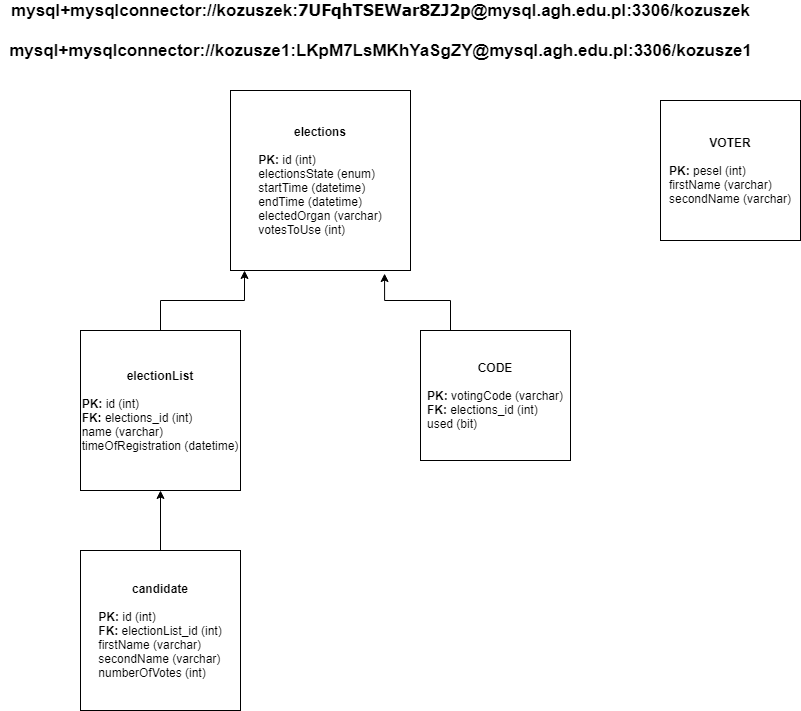
The draw.io diagram database_diagram.png in ArturBa/online_vote_system, before a commit. Source tidied: cells renumbered, new cells last; positions are measured from the earlier drawing's top-left corner, leaving out a move shared by most shapes.
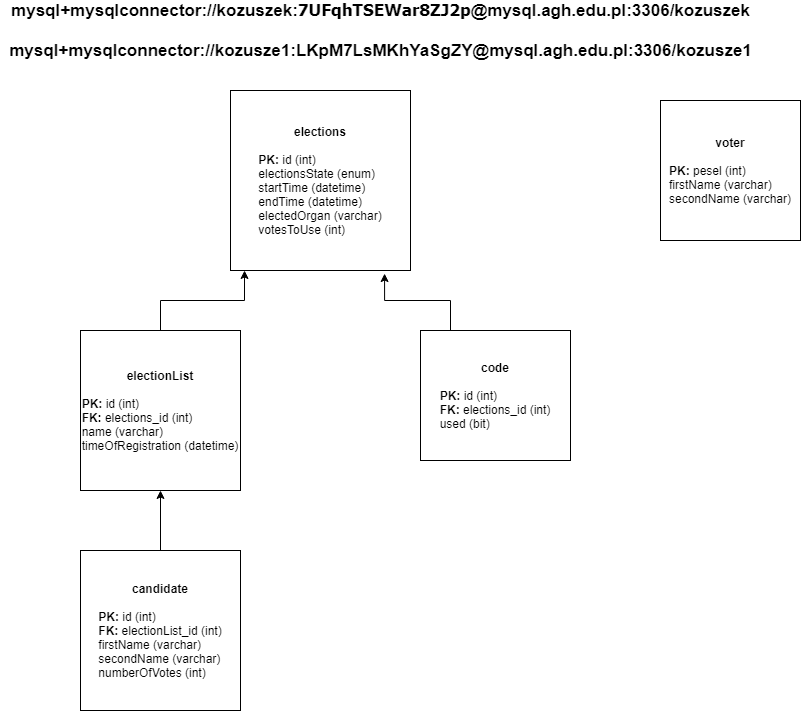
After the commit.

Commit message:
Database diagram fixed #2

What changed in the source:
```diff
@@ -25,10 +25,10 @@
         </Array>
       </mxGeometry>
     </mxCell>
-    <mxCell id="8" value="&lt;b&gt;CODE&lt;/b&gt;&lt;br&gt;&lt;br&gt;&lt;div style=&quot;text-align: left&quot;&gt;&lt;b style=&quot;font-weight: bold&quot;&gt;PK: &lt;/b&gt;votingCode&lt;span style=&quot;font-weight: normal&quot;&gt;&amp;nbsp;(varchar)&lt;/span&gt;&lt;/div&gt;&lt;b&gt;&lt;div style=&quot;text-align: left&quot;&gt;&lt;b&gt;FK: &lt;/b&gt;&lt;span style=&quot;font-weight: normal&quot;&gt;elections_id (int)&lt;/span&gt;&lt;/div&gt;&lt;/b&gt;&lt;b&gt;&lt;div style=&quot;text-align: left&quot;&gt;&lt;span style=&quot;font-weight: normal&quot;&gt;used (bit)&lt;/span&gt;&lt;/div&gt;&lt;/b&gt;" style="rounded=0;whiteSpace=wrap;html=1;" parent="1" vertex="1">
+    <mxCell id="8" value="&lt;b&gt;code&lt;/b&gt;&lt;br&gt;&lt;br&gt;&lt;div style=&quot;text-align: left&quot;&gt;&lt;b style=&quot;font-weight: bold&quot;&gt;PK: &lt;/b&gt;id (int)&lt;/div&gt;&lt;b&gt;&lt;div style=&quot;text-align: left&quot;&gt;&lt;b&gt;FK: &lt;/b&gt;&lt;span style=&quot;font-weight: normal&quot;&gt;elections_id (int)&lt;/span&gt;&lt;/div&gt;&lt;/b&gt;&lt;b&gt;&lt;div style=&quot;text-align: left&quot;&gt;&lt;span style=&quot;font-weight: normal&quot;&gt;used (bit)&lt;/span&gt;&lt;/div&gt;&lt;/b&gt;" style="rounded=0;whiteSpace=wrap;html=1;" parent="1" vertex="1">
       <mxGeometry x="420" y="330" width="150" height="130" as="geometry" />
     </mxCell>
-    <mxCell id="9" value="&lt;b&gt;VOTER&lt;br&gt;&lt;br&gt;&lt;div style=&quot;text-align: left&quot;&gt;&lt;b&gt;PK: &lt;/b&gt;&lt;span style=&quot;font-weight: normal&quot;&gt;pesel (int)&lt;/span&gt;&lt;/div&gt;&lt;/b&gt;&lt;div style=&quot;text-align: left&quot;&gt;&lt;span&gt;firstName (varchar)&lt;/span&gt;&lt;/div&gt;&lt;div style=&quot;text-align: left&quot;&gt;&lt;span&gt;secondName (varchar)&lt;/span&gt;&lt;/div&gt;" style="whiteSpace=wrap;html=1;" parent="1" vertex="1">
+    <mxCell id="9" value="&lt;b&gt;voter&lt;br&gt;&lt;br&gt;&lt;div style=&quot;text-align: left&quot;&gt;&lt;b&gt;PK: &lt;/b&gt;&lt;span style=&quot;font-weight: normal&quot;&gt;pesel (int)&lt;/span&gt;&lt;/div&gt;&lt;/b&gt;&lt;div style=&quot;text-align: left&quot;&gt;&lt;span&gt;firstName (varchar)&lt;/span&gt;&lt;/div&gt;&lt;div style=&quot;text-align: left&quot;&gt;&lt;span&gt;secondName (varchar)&lt;/span&gt;&lt;/div&gt;" style="whiteSpace=wrap;html=1;" parent="1" vertex="1">
       <mxGeometry x="660" y="100" width="140" height="140" as="geometry" />
     </mxCell>
     <mxCell id="10" value="&lt;b&gt;&lt;font style=&quot;font-size: 17px&quot;&gt;mysql+mysqlconnector://kozusze1:LKpM7LsMKhYaSgZY@mysql.agh.edu.pl:3306/kozusze1&lt;/font&gt;&lt;/b&gt;" style="text;html=1;align=center;verticalAlign=middle;" parent="1" vertex="1">
```
